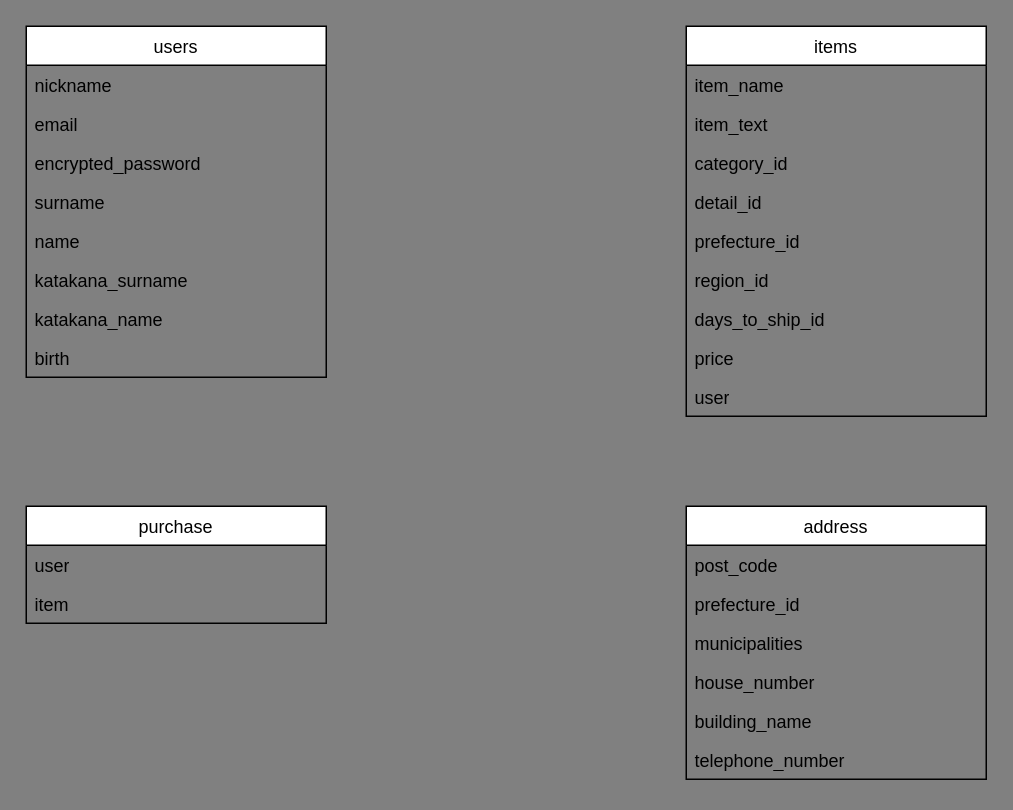
Before: ER図.dio in takanashi11/furima-39315, a draw.io diagram. Source tidied: cells renumbered, new cells numbered last; positions are measured from the earlier drawing's top-left corner, leaving out a move shared by most shapes. Both pictures are drawn from the tidied source at 150%, with x=0, y=0 at pixel (26, 26).
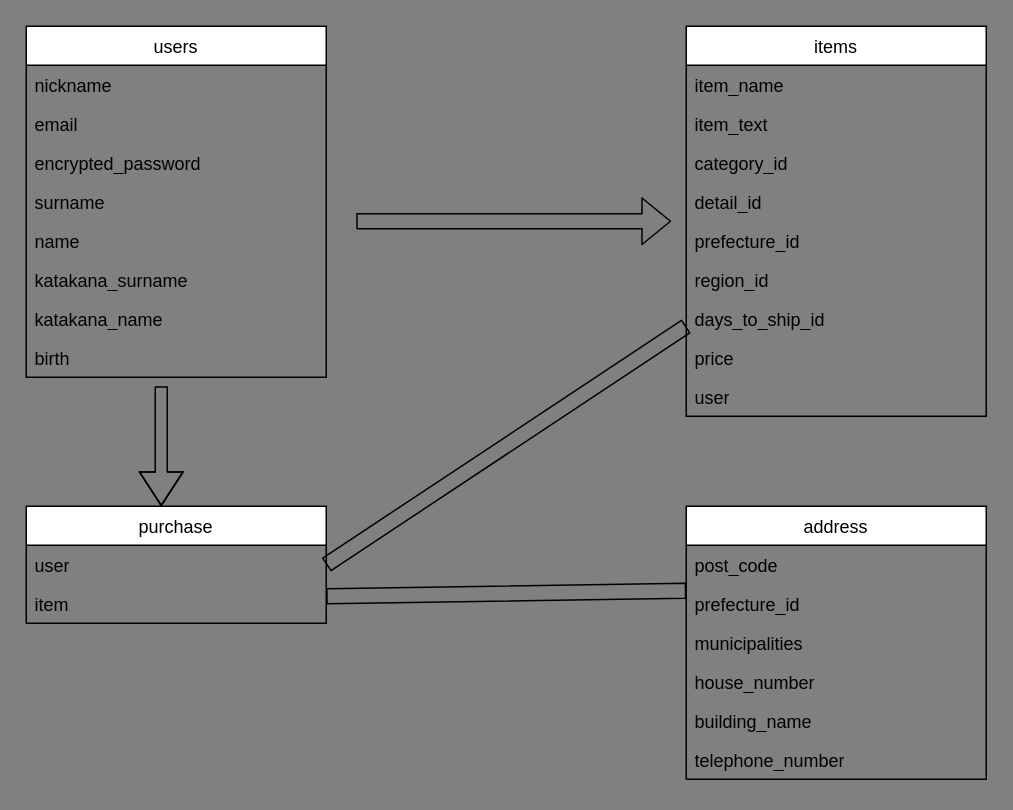
The same diagram, later.

The change refers to these unchanged cells:
```xml
<mxCell id="13" value="user" style="text;align=left;verticalAlign=top;spacingLeft=4;spacingRight=4;overflow=hidden;points=[[0,0.5],[1,0.5]];portConstraint=eastwest;whiteSpace=wrap;" parent="12" vertex="1">
  <mxGeometry y="26" width="200" height="26" as="geometry" />
</mxCell>
<mxCell id="17" value="prefecture_id" style="text;align=left;verticalAlign=top;spacingLeft=4;spacingRight=4;overflow=hidden;points=[[0,0.5],[1,0.5]];portConstraint=eastwest;whiteSpace=wrap;" parent="15" vertex="1">
  <mxGeometry y="52" width="200" height="26" as="geometry" />
</mxCell>
```

Diff of the diagram source:
```diff
@@
+    <mxCell id="31" style="shape=flexArrow;endArrow=classic;html=1;" parent="1" edge="1">
+      <mxGeometry relative="1" as="geometry">
+        <mxPoint x="220" y="130" as="sourcePoint" />
+        <mxPoint x="430" y="130" as="targetPoint" />
+      </mxGeometry>
+    </mxCell>
+    <mxCell id="32" style="shape=flexArrow;endArrow=classic;html=1;width=8;endSize=7.11;" parent="1" edge="1">
+      <mxGeometry relative="1" as="geometry">
+        <mxPoint x="90" y="240" as="sourcePoint" />
+        <mxPoint x="90" y="320" as="targetPoint" />
+        <Array as="points">
+          <mxPoint x="90" y="280" />
+        </Array>
+      </mxGeometry>
+    </mxCell>
+    <mxCell id="33" style="endArrow=none;html=1;shape=flexArrow;exitX=1;exitY=0.5;exitDx=0;exitDy=0;" parent="1" edge="1" source="13">
+      <mxGeometry relative="1" as="geometry">
+        <mxPoint x="440" y="200" as="targetPoint" />
+      </mxGeometry>
+    </mxCell>
+    <mxCell id="34" style="endArrow=none;html=1;shape=flexArrow;entryX=0;entryY=0.167;entryDx=0;entryDy=0;entryPerimeter=0;" parent="1" edge="1" target="17">
+      <mxGeometry relative="1" as="geometry">
+        <mxPoint x="200" y="380" as="sourcePoint" />
+      </mxGeometry>
+    </mxCell>
```
